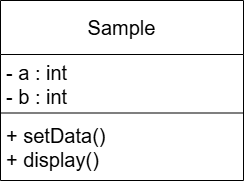
Earlier version of the draw.io export ThisPointer/UMLthisPointer.drawio.png (Balakrishna0907/Record-5-and-6). Source tidied: cells renumbered, new cells last; positions are measured from the earlier drawing's top-left corner, leaving out a move shared by most shapes. The source it was exported from:
```xml
<mxGraphModel>
  <root>
    <mxCell id="0" />
    <mxCell id="1" parent="0" />
    <mxCell id="2" value="Sample" style="swimlane;fontStyle=0;horizontal=1;startSize=54;fillColor=none;whiteSpace=wrap;html=1;fontSize=20;" parent="1" vertex="1">
      <mxGeometry width="243" height="180" as="geometry" />
    </mxCell>
    <mxCell id="3" value="&lt;div&gt;- a : int&amp;nbsp;&lt;/div&gt;&lt;div&gt;&lt;span style=&quot;background-color: transparent; color: light-dark(rgb(0, 0, 0), rgb(255, 255, 255));&quot;&gt;- b : int&amp;nbsp;&lt;/span&gt;&lt;/div&gt;" style="text;strokeColor=none;fillColor=none;align=left;verticalAlign=top;spacingLeft=4;spacingRight=4;overflow=hidden;whiteSpace=wrap;html=1;fontSize=20;" parent="2" vertex="1">
      <mxGeometry y="54" width="243" height="54" as="geometry" />
    </mxCell>
    <mxCell id="4" style="line;strokeWidth=1;fillColor=none;align=left;verticalAlign=middle;spacingTop=-1;spacingLeft=3;spacingRight=3;labelPosition=right;strokeColor=inherit;" parent="2" vertex="1">
      <mxGeometry y="108" width="243" height="9" as="geometry" />
    </mxCell>
    <mxCell id="5" value="&lt;div&gt;+ setData()&lt;/div&gt;+ display()" style="text;strokeColor=none;fillColor=none;align=left;verticalAlign=top;spacingLeft=4;spacingRight=4;overflow=hidden;whiteSpace=wrap;html=1;fontSize=20;" parent="2" vertex="1">
      <mxGeometry y="117" width="243" height="63" as="geometry" />
    </mxCell>
  </root>
</mxGraphModel>
```
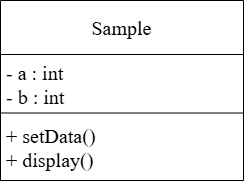
The same file after the commit.

What changed in the source:
```diff
@@ -2,16 +2,16 @@
   <root>
     <mxCell id="0" />
     <mxCell id="1" parent="0" />
-    <mxCell id="2" value="Sample" style="swimlane;fontStyle=0;horizontal=1;startSize=54;fillColor=none;whiteSpace=wrap;html=1;fontSize=20;" parent="1" vertex="1">
+    <mxCell id="2" value="Sample" style="swimlane;fontStyle=0;horizontal=1;startSize=54;fillColor=none;whiteSpace=wrap;html=1;fontSize=20;fontFamily=Times New Roman;" parent="1" vertex="1">
       <mxGeometry width="243" height="180" as="geometry" />
     </mxCell>
-    <mxCell id="3" value="&lt;div&gt;- a : int&amp;nbsp;&lt;/div&gt;&lt;div&gt;&lt;span style=&quot;background-color: transparent; color: light-dark(rgb(0, 0, 0), rgb(255, 255, 255));&quot;&gt;- b : int&amp;nbsp;&lt;/span&gt;&lt;/div&gt;" style="text;strokeColor=none;fillColor=none;align=left;verticalAlign=top;spacingLeft=4;spacingRight=4;overflow=hidden;whiteSpace=wrap;html=1;fontSize=20;" parent="2" vertex="1">
+    <mxCell id="3" value="&lt;div&gt;- a : int&amp;nbsp;&lt;/div&gt;&lt;div&gt;&lt;span style=&quot;background-color: transparent; color: light-dark(rgb(0, 0, 0), rgb(255, 255, 255));&quot;&gt;- b : int&amp;nbsp;&lt;/span&gt;&lt;/div&gt;" style="text;strokeColor=none;fillColor=none;align=left;verticalAlign=top;spacingLeft=4;spacingRight=4;overflow=hidden;whiteSpace=wrap;html=1;fontSize=20;fontFamily=Times New Roman;" parent="2" vertex="1">
       <mxGeometry y="54" width="243" height="54" as="geometry" />
     </mxCell>
-    <mxCell id="4" style="line;strokeWidth=1;fillColor=none;align=left;verticalAlign=middle;spacingTop=-1;spacingLeft=3;spacingRight=3;labelPosition=right;strokeColor=inherit;" parent="2" vertex="1">
+    <mxCell id="4" style="line;strokeWidth=1;fillColor=none;align=left;verticalAlign=middle;spacingTop=-1;spacingLeft=3;spacingRight=3;labelPosition=right;strokeColor=inherit;fontFamily=Times New Roman;" parent="2" vertex="1">
       <mxGeometry y="108" width="243" height="9" as="geometry" />
     </mxCell>
-    <mxCell id="5" value="&lt;div&gt;+ setData()&lt;/div&gt;+ display()" style="text;strokeColor=none;fillColor=none;align=left;verticalAlign=top;spacingLeft=4;spacingRight=4;overflow=hidden;whiteSpace=wrap;html=1;fontSize=20;" parent="2" vertex="1">
+    <mxCell id="5" value="&lt;div&gt;+ setData()&lt;/div&gt;+ display()" style="text;strokeColor=none;fillColor=none;align=left;verticalAlign=top;spacingLeft=4;spacingRight=4;overflow=hidden;whiteSpace=wrap;html=1;fontSize=20;fontFamily=Times New Roman;" parent="2" vertex="1">
       <mxGeometry y="117" width="243" height="63" as="geometry" />
     </mxCell>
   </root>
```
